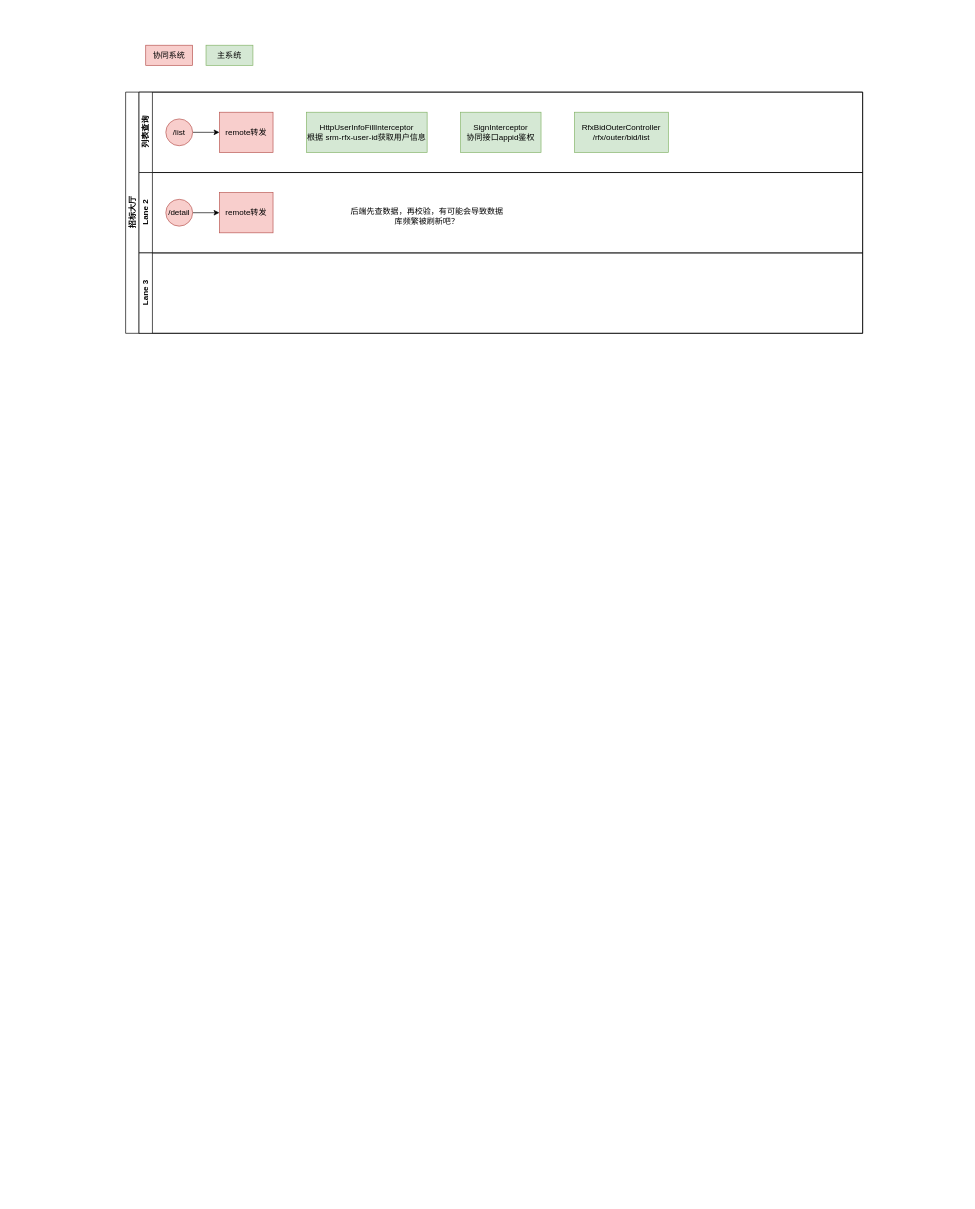
The draw.io diagram 招投标-协同梳理.drawio in S0Louis/drowio, before the edit. Source tidied: cells renumbered, new cells numbered last; positions are measured from the earlier drawing's top-left corner, leaving out a move shared by most shapes. Both pictures are drawn from the tidied source at 67%, with x=0, y=0 at pixel (125, 45).
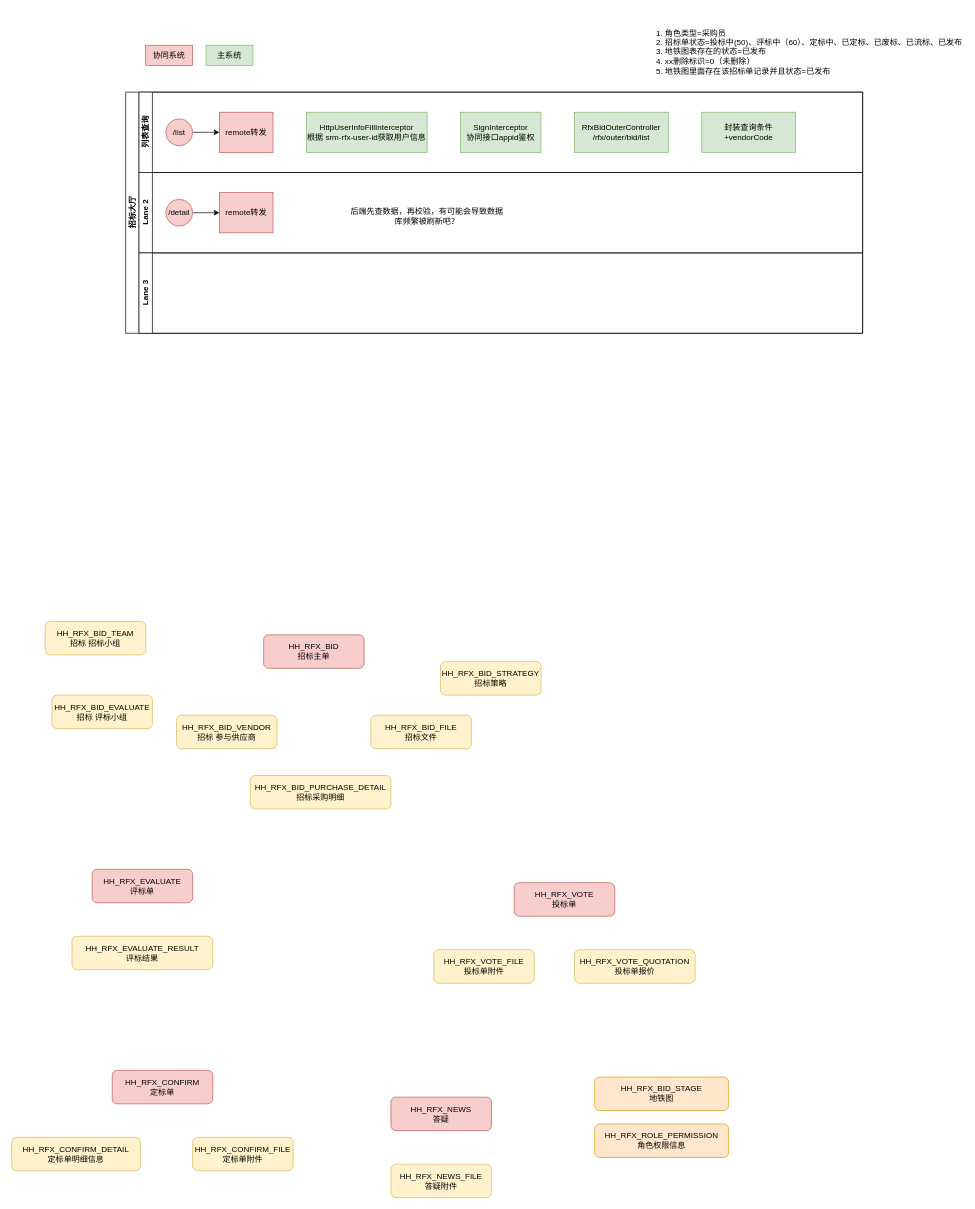
The same page after the edit.

Commit message (it also covers changes not shown here):
更新招投标-协同梳理.drawio

Unchanged cells that the change refers to:
```xml
<mxCell id="3" value="列表查询" style="swimlane;html=1;startSize=20;horizontal=0;align=center;" parent="2" vertex="1">
  <mxGeometry x="20" width="1080" height="120" as="geometry" />
</mxCell>
```

The edit, as a diff of the source:
```diff
@@
+    <mxCell id="18" value="封装查询条件+vendorCode" style="rounded=0;html=1;fontFamily=Helvetica;fontSize=12;align=center;fillColor=#d5e8d4;strokeColor=#82b366;whiteSpace=wrap;" parent="3" vertex="1">
+      <mxGeometry x="840" y="30" width="140" height="60" as="geometry" />
+    </mxCell>
@@
+    <mxCell id="19" value="HH_RFX_BID&lt;br&gt;招标主单" style="rounded=1;whiteSpace=wrap;html=1;fillColor=#f8cecc;strokeColor=#b85450;" parent="1" vertex="1">
+      <mxGeometry x="206" y="880" width="150" height="50" as="geometry" />
+    </mxCell>
+    <mxCell id="20" value="HH_RFX_BID_EVALUATE&lt;br&gt;招标 评标小组" style="rounded=1;whiteSpace=wrap;html=1;fillColor=#fff2cc;strokeColor=#d6b656;" parent="1" vertex="1">
+      <mxGeometry x="-110" y="970" width="150" height="50" as="geometry" />
+    </mxCell>
+    <mxCell id="21" value="HH_RFX_BID_FILE&lt;br&gt;招标文件" style="rounded=1;whiteSpace=wrap;html=1;fillColor=#fff2cc;strokeColor=#d6b656;" parent="1" vertex="1">
+      <mxGeometry x="366" y="1000" width="150" height="50" as="geometry" />
+    </mxCell>
+    <mxCell id="22" value="HH_RFX_BID_PURCHASE_DETAIL&lt;br&gt;招标采购明细" style="rounded=1;whiteSpace=wrap;html=1;fillColor=#fff2cc;strokeColor=#d6b656;" parent="1" vertex="1">
+      <mxGeometry x="186" y="1090" width="210" height="50" as="geometry" />
+    </mxCell>
+    <mxCell id="23" value="HH_RFX_BID_STRATEGY&lt;br&gt;招标策略" style="rounded=1;whiteSpace=wrap;html=1;fillColor=#fff2cc;strokeColor=#d6b656;" parent="1" vertex="1">
+      <mxGeometry x="470" y="920" width="150" height="50" as="geometry" />
+    </mxCell>
+    <mxCell id="24" value="HH_RFX_BID_TEAM&lt;br&gt;招标 招标小组" style="rounded=1;whiteSpace=wrap;html=1;fillColor=#fff2cc;strokeColor=#d6b656;" parent="1" vertex="1">
+      <mxGeometry x="-120" y="860" width="150" height="50" as="geometry" />
+    </mxCell>
+    <mxCell id="25" value="HH_RFX_BID_VENDOR&lt;br&gt;招标 参与供应商" style="rounded=1;whiteSpace=wrap;html=1;fillColor=#fff2cc;strokeColor=#d6b656;" parent="1" vertex="1">
+      <mxGeometry x="76" y="1000" width="150" height="50" as="geometry" />
+    </mxCell>
+    <mxCell id="26" value="HH_RFX_CONFIRM&lt;br&gt;定标单" style="rounded=1;whiteSpace=wrap;html=1;fillColor=#f8cecc;strokeColor=#b85450;" parent="1" vertex="1">
+      <mxGeometry x="-20" y="1530" width="150" height="50" as="geometry" />
+    </mxCell>
+    <mxCell id="27" value="HH_RFX_CONFIRM_FILE&lt;div&gt;定标单附件&lt;/div&gt;" style="rounded=1;whiteSpace=wrap;html=1;fillColor=#fff2cc;strokeColor=#d6b656;" parent="1" vertex="1">
+      <mxGeometry x="100" y="1630" width="150" height="50" as="geometry" />
+    </mxCell>
+    <mxCell id="28" value="HH_RFX_NEWS&lt;div&gt;答疑&lt;/div&gt;" style="rounded=1;whiteSpace=wrap;html=1;fillColor=#f8cecc;strokeColor=#b85450;" parent="1" vertex="1">
+      <mxGeometry x="396" y="1570" width="150" height="50" as="geometry" />
+    </mxCell>
+    <mxCell id="29" value="HH_RFX_NEWS_FILE&lt;br&gt;答疑附件" style="rounded=1;whiteSpace=wrap;html=1;fillColor=#fff2cc;strokeColor=#d6b656;" parent="1" vertex="1">
+      <mxGeometry x="396" y="1670" width="150" height="50" as="geometry" />
+    </mxCell>
+    <mxCell id="30" value="HH_RFX_CONFIRM_DETAIL&lt;div&gt;定标单明细信息&lt;/div&gt;" style="rounded=1;whiteSpace=wrap;html=1;fillColor=#fff2cc;strokeColor=#d6b656;" parent="1" vertex="1">
+      <mxGeometry x="-170" y="1630" width="192" height="50" as="geometry" />
+    </mxCell>
+    <mxCell id="31" value="HH_RFX_VOTE&lt;div&gt;投标单&lt;/div&gt;" style="rounded=1;whiteSpace=wrap;html=1;fillColor=#f8cecc;strokeColor=#b85450;" parent="1" vertex="1">
+      <mxGeometry x="580" y="1250" width="150" height="50" as="geometry" />
+    </mxCell>
+    <mxCell id="32" value="HH_RFX_ROLE_PERMISSION&lt;br&gt;角色权限信息" style="rounded=1;whiteSpace=wrap;html=1;fillColor=#ffe6cc;strokeColor=#d79b00;" parent="1" vertex="1">
+      <mxGeometry x="700" y="1610" width="200" height="50" as="geometry" />
+    </mxCell>
+    <mxCell id="33" value="HH_RFX_VOTE_FILE&lt;br&gt;投标单附件" style="rounded=1;whiteSpace=wrap;html=1;fillColor=#fff2cc;strokeColor=#d6b656;" parent="1" vertex="1">
+      <mxGeometry x="460" y="1350" width="150" height="50" as="geometry" />
+    </mxCell>
+    <mxCell id="34" value="HH_RFX_VOTE_QUOTATION&lt;br&gt;投标单报价" style="rounded=1;whiteSpace=wrap;html=1;fillColor=#fff2cc;strokeColor=#d6b656;" parent="1" vertex="1">
+      <mxGeometry x="670" y="1350" width="180" height="50" as="geometry" />
+    </mxCell>
+    <mxCell id="35" value="HH_RFX_EVALUATE_RESULT&lt;br&gt;&lt;div&gt;评标结果&lt;/div&gt;" style="rounded=1;whiteSpace=wrap;html=1;fillColor=#fff2cc;strokeColor=#d6b656;" parent="1" vertex="1">
+      <mxGeometry x="-80" y="1330" width="210" height="50" as="geometry" />
+    </mxCell>
+    <mxCell id="36" value="HH_RFX_EVALUATE&lt;br&gt;评标单" style="rounded=1;whiteSpace=wrap;html=1;fillColor=#f8cecc;strokeColor=#b85450;" parent="1" vertex="1">
+      <mxGeometry x="-50" y="1230" width="150" height="50" as="geometry" />
+    </mxCell>
+    <mxCell id="37" value="1. 角色类型=采购员&lt;div style=&quot;&quot;&gt;2. 招标单状态=投标中(50)、评标中（60）、定标中、已定标、已废标、已流标、已发布&lt;/div&gt;&lt;div style=&quot;&quot;&gt;3.&amp;nbsp;地铁图表存在的状态=已发布&lt;/div&gt;&lt;div style=&quot;&quot;&gt;4. xx删除标识=0（未删除）&lt;/div&gt;&lt;div style=&quot;cursor: wait;&quot;&gt;5. 地铁图里面存在该招标单记录并且状态=已发布&lt;/div&gt;" style="text;html=1;align=left;verticalAlign=middle;whiteSpace=wrap;rounded=0;" parent="1" vertex="1">
+      <mxGeometry x="790" y="-50" width="460" height="120" as="geometry" />
+    </mxCell>
+    <mxCell id="38" value="HH_RFX_BID_STAGE&lt;br&gt;地铁图" style="rounded=1;whiteSpace=wrap;html=1;fillColor=#ffe6cc;strokeColor=#d79b00;" parent="1" vertex="1">
+      <mxGeometry x="700" y="1540" width="200" height="50" as="geometry" />
+    </mxCell>
```
